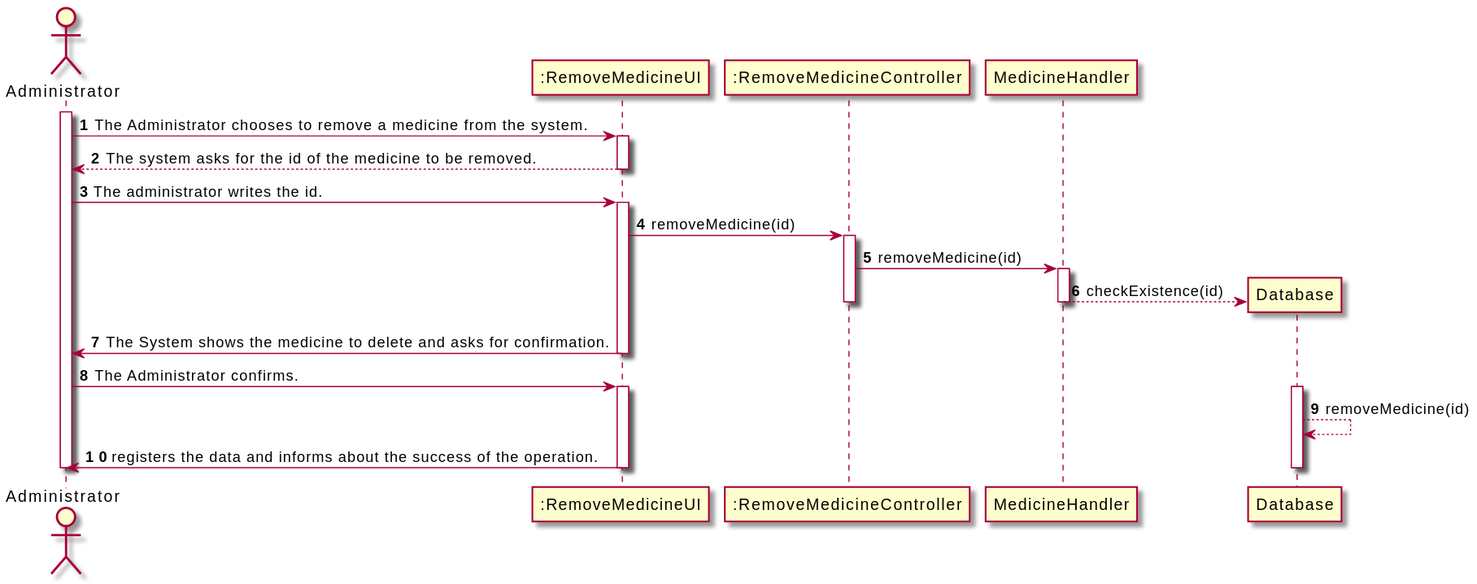
Above: Documents/UC11/UC11_SD.svg in 1190452/LAPR3 (PlantUML), before the change. The source it was exported from:
```plantuml
@startuml
autonumber
actor "Administrator" as ADM

participant ":RemoveMedicineUI" as UI
participant ":RemoveMedicineController" as CTRL
participant "MedicineHandler" as PHARM
participant "Database" as DAT


activate ADM
ADM -> UI : The Administrator chooses to remove a medicine from the system.
activate UI

UI --> ADM : The system asks for the id of the medicine to be removed.

deactivate UI

ADM -> UI : The administrator writes the id.
activate UI

UI -> CTRL : removeMedicine(id)
activate CTRL

CTRL -> PHARM :removeMedicine(id)
activate PHARM

PHARM --> DAT ** : checkExistence(id)
deactivate PHARM

deactivate CTRL

UI -> ADM : The System shows the medicine to delete and asks for confirmation.
deactivate UI


ADM -> UI : The Administrator confirms.
activate UI

activate DAT
DAT --> DAT : removeMedicine(id)


UI -> ADM : registers the data and informs about the success of the operation.

deactivate DAT
deactivate UI
deactivate ADM
@enduml
```
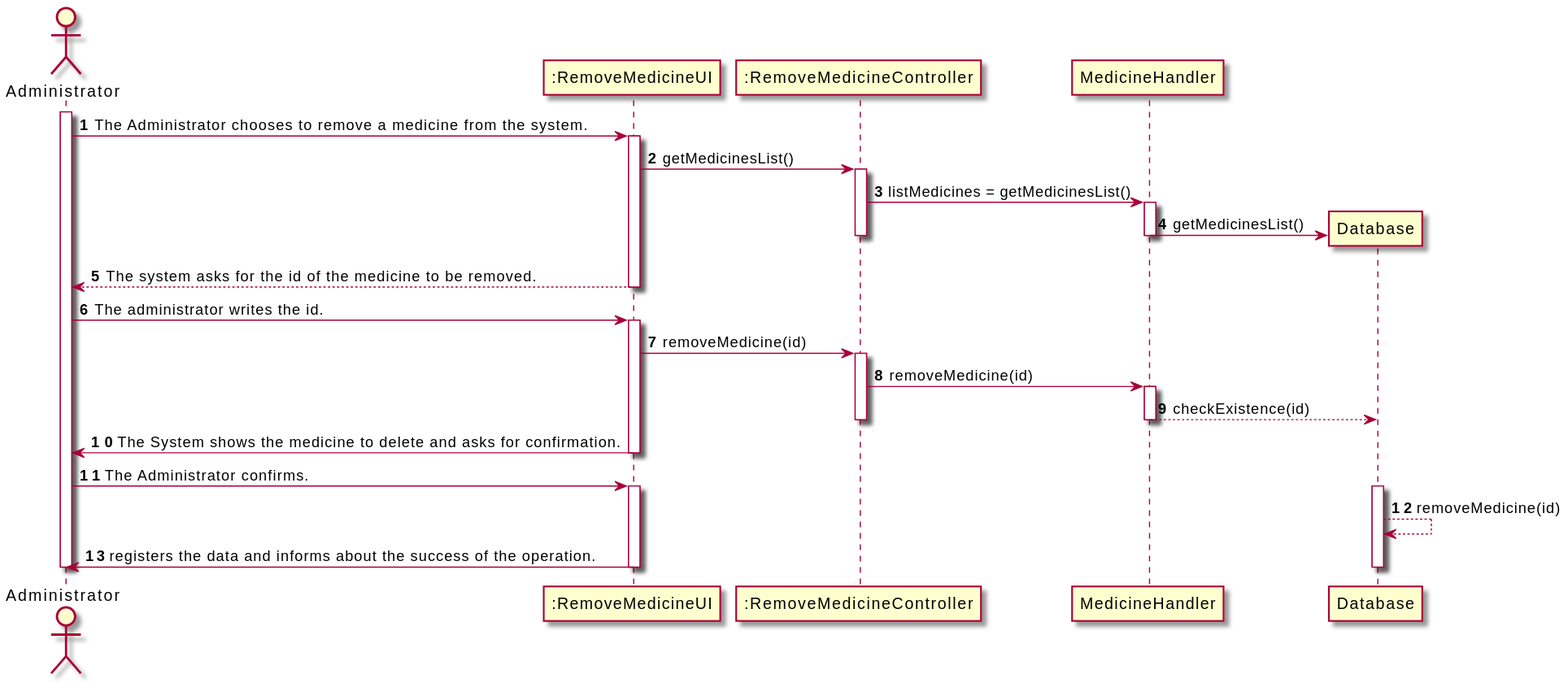
Later version of the same file.

Commit message:
AUCMN1-108 #close #comment changes to the CD and SD diagrams

Change to the diagram source:
```diff
@@ -4,13 +4,24 @@
 
 participant ":RemoveMedicineUI" as UI
 participant ":RemoveMedicineController" as CTRL
-participant "MedicineHandler" as PHARM
+participant "MedicineHandler" as HANDLER
 participant "Database" as DAT
 
 
 activate ADM
 ADM -> UI : The Administrator chooses to remove a medicine from the system.
 activate UI
+
+UI -> CTRL : getMedicinesList()
+activate CTRL
+
+CTRL -> HANDLER : listMedicines = getMedicinesList()
+
+activate HANDLER
+
+HANDLER -> DAT ** : getMedicinesList()
+deactivate CTRL
+deactivate HANDLER
 
 UI --> ADM : The system asks for the id of the medicine to be removed.
 
@@ -22,11 +33,11 @@
 UI -> CTRL : removeMedicine(id)
 activate CTRL
 
-CTRL -> PHARM :removeMedicine(id)
-activate PHARM
+CTRL -> HANDLER :removeMedicine(id)
+activate HANDLER
 
-PHARM --> DAT ** : checkExistence(id)
-deactivate PHARM
+HANDLER --> DAT : checkExistence(id)
+deactivate HANDLER
 
 deactivate CTRL
 
```
